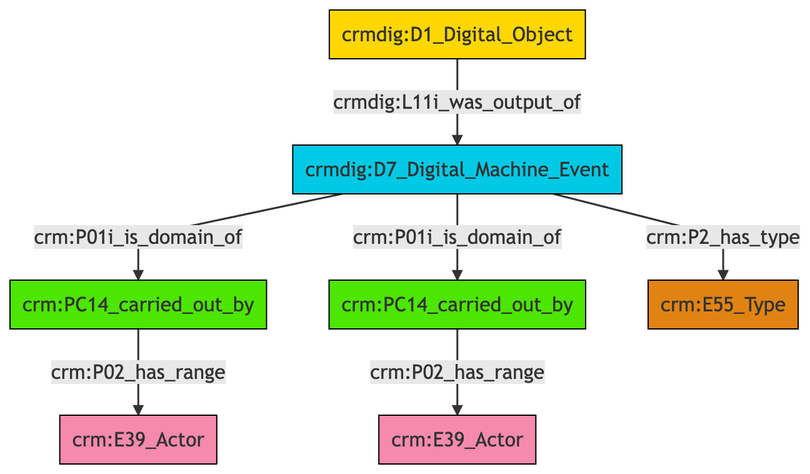
Above: et/doCSV/ttl/mmd/png/do_actor_relations.png in ncarboni/srdm (Mermaid), before the change. Its source is kept beside it as et/doCSV/ttl/mmd/do_actor_relations.ttl.mmd.
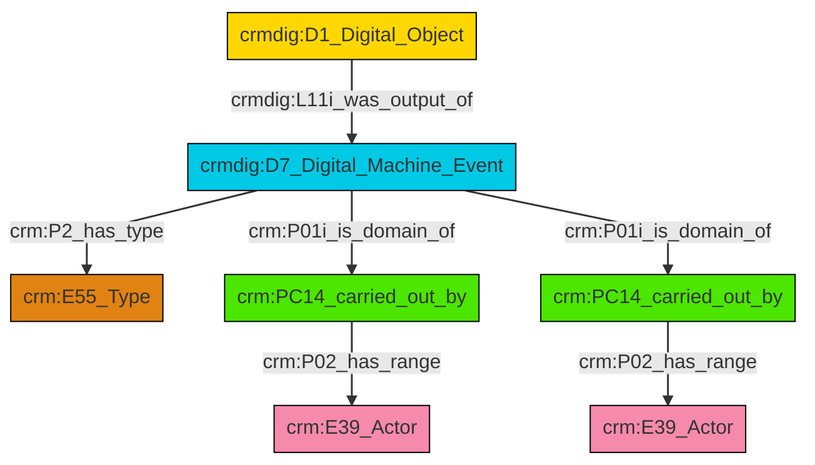
The same file after the commit.

The edit, as a diff of the source:
```diff
@@ -13,9 +13,9 @@
 classDef PC_Classes fill:#4ce600, stroke:#000000;
 classDef Multi fill:#cccccc,stroke:#000000;
 
-0["crmdig:D1_Digital_Object"]:::Conceptual_Object -->|crmdig:L11i_was_output_of| 1["crmdig:D7_Digital_Machine_Event"]:::Temporal_Entity
-1["crmdig:D7_Digital_Machine_Event"]:::Temporal_Entity -->|crm:P01i_is_domain_of| 2["crm:PC14_carried_out_by"]:::PC_Classes
-2["crm:PC14_carried_out_by"]:::PC_Classes -->|crm:P02_has_range| 6["crm:E39_Actor"]:::Actor
-1["crmdig:D7_Digital_Machine_Event"]:::Temporal_Entity -->|crm:P2_has_type| 7["crm:E55_Type"]:::Type
-4["crm:PC14_carried_out_by"]:::PC_Classes -->|crm:P02_has_range| 13["crm:E39_Actor"]:::Actor
-1["crmdig:D7_Digital_Machine_Event"]:::Temporal_Entity -->|crm:P01i_is_domain_of| 4["crm:PC14_carried_out_by"]:::PC_Classes
+2["crm:PC14_carried_out_by"]:::PC_Classes -->|crm:P02_has_range| 3["crm:E39_Actor"]:::Actor
+4["crmdig:D7_Digital_Machine_Event"]:::Temporal_Entity -->|crm:P2_has_type| 0["crm:E55_Type"]:::Type
+5["crm:PC14_carried_out_by"]:::PC_Classes -->|crm:P02_has_range| 7["crm:E39_Actor"]:::Actor
+10["crmdig:D1_Digital_Object"]:::Conceptual_Object -->|crmdig:L11i_was_output_of| 4["crmdig:D7_Digital_Machine_Event"]:::Temporal_Entity
+4["crmdig:D7_Digital_Machine_Event"]:::Temporal_Entity -->|crm:P01i_is_domain_of| 2["crm:PC14_carried_out_by"]:::PC_Classes
+4["crmdig:D7_Digital_Machine_Event"]:::Temporal_Entity -->|crm:P01i_is_domain_of| 5["crm:PC14_carried_out_by"]:::PC_Classes
```
